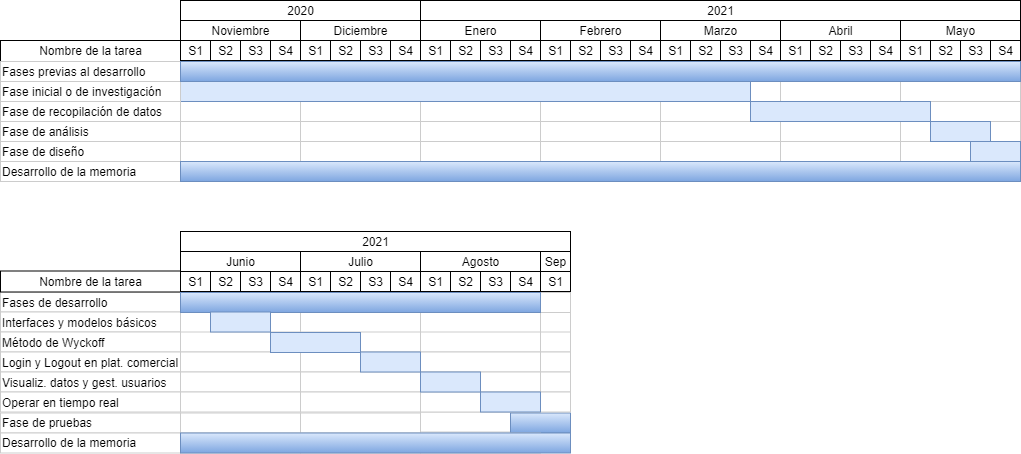
The draw.io diagram Memoria/imagenes/gantt.png in mcarmona99/TFG, before a commit. Source tidied: cells renumbered, new cells last; positions are measured from the earlier drawing's top-left corner, leaving out a move shared by most shapes.
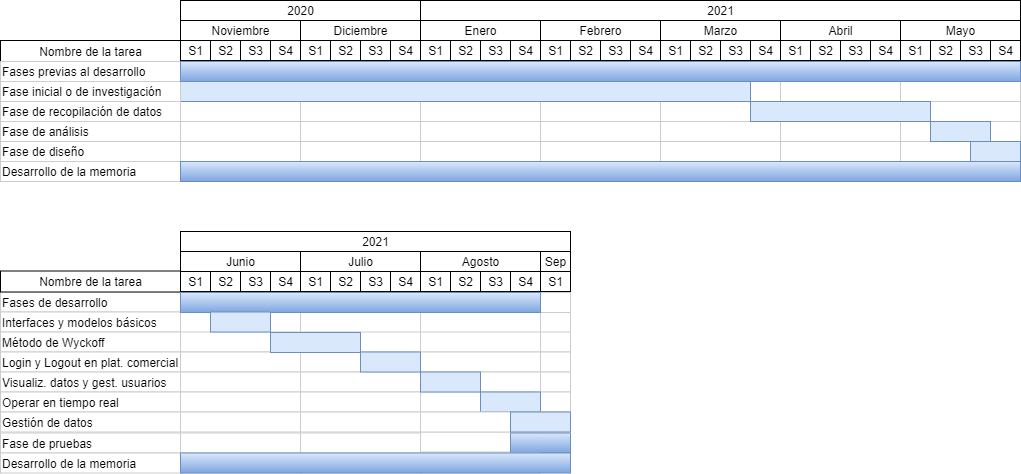
Later version of the same file.

The edit, as a diff of the source:
```diff
@@ -3,7 +3,7 @@
     <mxCell id="0" style="html=1;" />
     <mxCell id="1" style="html=1;" parent="0" />
     <mxCell id="2" style="align=left;strokeColor=#CCCCCC;html=1;" parent="1" vertex="1">
-      <mxGeometry x="420" y="411.5" width="120" height="20" as="geometry" />
+      <mxGeometry x="420" y="431.5" width="120" height="20" as="geometry" />
     </mxCell>
     <mxCell id="3" value="Enero" style="strokeWidth=1;fontStyle=0;html=1;" parent="1" vertex="1">
       <mxGeometry x="420" y="20" width="120" height="20" as="geometry" />
@@ -345,7 +345,7 @@
       <mxGeometry x="180" y="292" width="360" height="20" as="geometry" />
     </mxCell>
     <mxCell id="116" style="align=left;strokeColor=#6c8ebf;html=1;fillColor=#dae8fc;gradientColor=#7ea6e0;" parent="1" vertex="1">
-      <mxGeometry x="510" y="412.5" width="60" height="20" as="geometry" />
+      <mxGeometry x="510" y="432.5" width="60" height="20" as="geometry" />
     </mxCell>
     <mxCell id="117" style="align=left;strokeColor=#CCCCCC;html=1;" parent="1" vertex="1">
       <mxGeometry x="180" y="161" width="120" height="20" as="geometry" />
@@ -423,28 +423,28 @@
       <mxGeometry y="391.5" width="180" height="20" as="geometry" />
     </mxCell>
     <mxCell id="142" style="align=left;strokeColor=#CCCCCC;html=1;" parent="1" vertex="1">
-      <mxGeometry x="180" y="412.5" width="120" height="20" as="geometry" />
+      <mxGeometry x="180" y="432.5" width="120" height="20" as="geometry" />
     </mxCell>
     <mxCell id="143" style="align=left;strokeColor=#CCCCCC;html=1;" parent="1" vertex="1">
-      <mxGeometry x="300" y="412.5" width="120" height="20" as="geometry" />
+      <mxGeometry x="300" y="432.5" width="120" height="20" as="geometry" />
     </mxCell>
     <mxCell id="144" value="Fase de pruebas" style="align=left;strokeColor=#CCCCCC;html=1;" parent="1" vertex="1">
-      <mxGeometry y="412.5" width="180" height="20" as="geometry" />
+      <mxGeometry y="432.5" width="180" height="20" as="geometry" />
     </mxCell>
     <mxCell id="145" style="align=left;strokeColor=#CCCCCC;html=1;" parent="1" vertex="1">
-      <mxGeometry x="180" y="432.5" width="120" height="20" as="geometry" />
+      <mxGeometry x="180" y="452.5" width="120" height="20" as="geometry" />
     </mxCell>
     <mxCell id="146" style="align=left;strokeColor=#CCCCCC;html=1;" parent="1" vertex="1">
-      <mxGeometry x="300" y="432.5" width="120" height="20" as="geometry" />
+      <mxGeometry x="300" y="452.5" width="120" height="20" as="geometry" />
     </mxCell>
     <mxCell id="147" style="align=left;strokeColor=#CCCCCC;html=1;" parent="1" vertex="1">
-      <mxGeometry x="420" y="432.5" width="120" height="20" as="geometry" />
+      <mxGeometry x="420" y="452.5" width="120" height="20" as="geometry" />
     </mxCell>
     <mxCell id="148" value="Desarrollo de la memoria" style="align=left;strokeColor=#CCCCCC;html=1;" parent="1" vertex="1">
-      <mxGeometry y="432.5" width="180" height="20" as="geometry" />
+      <mxGeometry y="452.5" width="180" height="20" as="geometry" />
     </mxCell>
     <mxCell id="149" style="align=left;strokeColor=#6c8ebf;html=1;fillColor=#dae8fc;gradientColor=#7ea6e0;" parent="1" vertex="1">
-      <mxGeometry x="180" y="432.5" width="390" height="20" as="geometry" />
+      <mxGeometry x="180" y="452.5" width="390" height="20" as="geometry" />
     </mxCell>
     <mxCell id="150" style="align=left;strokeColor=#6c8ebf;html=1;fillColor=#dae8fc;" parent="1" vertex="1">
       <mxGeometry x="210" y="311.5" width="60" height="20" as="geometry" />
@@ -473,5 +473,23 @@
     <mxCell id="158" style="align=left;strokeColor=#6c8ebf;html=1;fillColor=#dae8fc;" parent="1" vertex="1">
       <mxGeometry x="480" y="391.5" width="60" height="20" as="geometry" />
     </mxCell>
+    <mxCell id="159" style="align=left;strokeColor=#CCCCCC;html=1;" parent="1" vertex="1">
+      <mxGeometry x="180" y="411.5" width="120" height="20" as="geometry" />
+    </mxCell>
+    <mxCell id="160" style="align=left;strokeColor=#CCCCCC;html=1;" parent="1" vertex="1">
+      <mxGeometry x="300" y="411.5" width="120" height="20" as="geometry" />
+    </mxCell>
+    <mxCell id="161" style="align=left;strokeColor=#CCCCCC;html=1;" parent="1" vertex="1">
+      <mxGeometry x="420" y="411.5" width="120" height="20" as="geometry" />
+    </mxCell>
+    <mxCell id="162" value="Gestión de datos" style="align=left;strokeColor=#CCCCCC;html=1;" parent="1" vertex="1">
+      <mxGeometry y="411.5" width="180" height="20" as="geometry" />
+    </mxCell>
+    <mxCell id="163" style="align=left;strokeColor=#CCCCCC;html=1;" parent="1" vertex="1">
+      <mxGeometry x="540" y="411.5" width="30" height="20" as="geometry" />
+    </mxCell>
+    <mxCell id="164" style="align=left;strokeColor=#6c8ebf;html=1;fillColor=#dae8fc;" parent="1" vertex="1">
+      <mxGeometry x="510" y="411.5" width="60" height="20" as="geometry" />
+    </mxCell>
   </root>
 </mxGraphModel>
```
